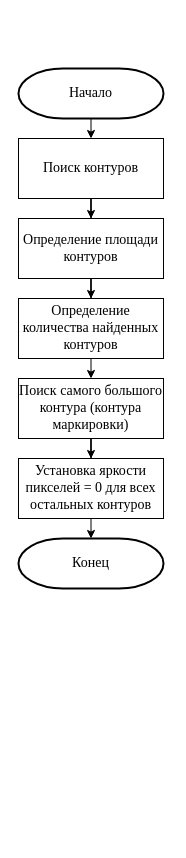
This is page "А3 Удаление шума" (3 of 7) of Flowcharts/Алгоритмы работы ИС.drawio from KanVull/Recognistion, a draw.io file, before an edit. Source tidied: cells renumbered, new cells numbered last; positions are measured from the earlier drawing's top-left corner, leaving out a move shared by most shapes. Both pictures are drawn from the tidied source at 100%, with x=0, y=0 at pixel (18, 68).
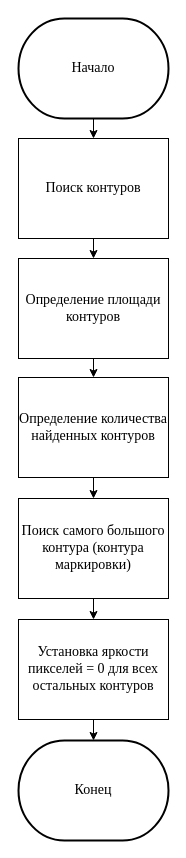
The same diagram, later.

Change to the diagram source:
```diff
@@
 <mxGraphModel>
   <root>
     <mxCell id="0" />
     <mxCell id="1" parent="0" />
     <mxCell id="2" style="edgeStyle=orthogonalEdgeStyle;rounded=0;jettySize=auto;html=1;exitX=0.5;exitY=1;exitDx=0;exitDy=0;exitPerimeter=0;entryX=0.5;entryY=0;entryDx=0;entryDy=0;" parent="1" edge="1" source="3" target="5">
       <mxGeometry relative="1" as="geometry" />
     </mxCell>
     <mxCell id="3" value="&lt;font face=&quot;Times New Roman&quot; style=&quot;font-size: 14px&quot;&gt;Начало&lt;/font&gt;" style="strokeWidth=2;html=1;shape=mxgraph.flowchart.terminator;whiteSpace=wrap;" parent="1" vertex="1">
-      <mxGeometry width="145" height="50" as="geometry" />
+      <mxGeometry y="-50" width="150" height="100" as="geometry" />
     </mxCell>
-    <mxCell id="4" style="edgeStyle=orthogonalEdgeStyle;rounded=0;jettySize=auto;html=1;" parent="1" edge="1" source="5" target="7">
+    <mxCell id="4" style="edgeStyle=none;rounded=0;jettySize=auto;html=1;exitX=0.5;exitY=1;exitDx=0;exitDy=0;entryX=0.5;entryY=0;entryDx=0;entryDy=0;" parent="1" edge="1" source="5" target="7">
       <mxGeometry relative="1" as="geometry" />
     </mxCell>
     <mxCell id="5" value="&lt;font style=&quot;font-size: 14px&quot; face=&quot;Times New Roman&quot;&gt;Поиск контуров&lt;/font&gt;" style="rounded=0;whiteSpace=wrap;html=1;" parent="1" vertex="1">
-      <mxGeometry y="70" width="145" height="60" as="geometry" />
+      <mxGeometry y="70" width="150" height="100" as="geometry" />
     </mxCell>
-    <mxCell id="6" style="edgeStyle=orthogonalEdgeStyle;rounded=0;jettySize=auto;html=1;" parent="1" edge="1" source="7" target="9">
+    <mxCell id="6" style="edgeStyle=none;rounded=0;jettySize=auto;html=1;exitX=0.5;exitY=1;exitDx=0;exitDy=0;entryX=0.5;entryY=0;entryDx=0;entryDy=0;" parent="1" edge="1" source="7" target="9">
       <mxGeometry relative="1" as="geometry" />
     </mxCell>
     <mxCell id="7" value="&lt;font face=&quot;Times New Roman&quot;&gt;&lt;span style=&quot;font-size: 14px&quot;&gt;Определение площади контуров&lt;/span&gt;&lt;/font&gt;" style="rounded=0;whiteSpace=wrap;html=1;" parent="1" vertex="1">
-      <mxGeometry y="150" width="145" height="60" as="geometry" />
+      <mxGeometry y="190" width="150" height="100" as="geometry" />
     </mxCell>
-    <mxCell id="8" style="edgeStyle=orthogonalEdgeStyle;rounded=0;jettySize=auto;html=1;" parent="1" edge="1" source="9">
-      <mxGeometry relative="1" as="geometry">
-        <mxPoint x="72.5" y="310" as="targetPoint" />
-      </mxGeometry>
-    </mxCell>
+    <mxCell id="15" style="edgeStyle=none;rounded=0;jettySize=auto;html=1;exitX=0.5;exitY=1;exitDx=0;exitDy=0;entryX=0.5;entryY=0;entryDx=0;entryDy=0;" parent="1" edge="1" source="9" target="11">
+      <mxGeometry relative="1" as="geometry" />
+    </mxCell>
     <mxCell id="9" value="&lt;font face=&quot;Times New Roman&quot;&gt;&lt;span style=&quot;font-size: 14px&quot;&gt;Определение количества найденных контуров&lt;/span&gt;&lt;/font&gt;" style="rounded=0;whiteSpace=wrap;html=1;" parent="1" vertex="1">
-      <mxGeometry y="230" width="145" height="60" as="geometry" />
+      <mxGeometry y="309" width="150" height="100" as="geometry" />
     </mxCell>
-    <mxCell id="10" style="edgeStyle=orthogonalEdgeStyle;rounded=0;jettySize=auto;html=1;" parent="1" edge="1" source="11" target="13">
+    <mxCell id="10" style="edgeStyle=none;rounded=0;jettySize=auto;html=1;exitX=0.5;exitY=1;exitDx=0;exitDy=0;" parent="1" edge="1" source="11" target="13">
       <mxGeometry relative="1" as="geometry" />
     </mxCell>
     <mxCell id="11" value="&lt;font face=&quot;Times New Roman&quot;&gt;&lt;span style=&quot;font-size: 14px&quot;&gt;Поиск самого большого контура (контура маркировки)&lt;/span&gt;&lt;/font&gt;" style="rounded=0;whiteSpace=wrap;html=1;" parent="1" vertex="1">
-      <mxGeometry y="310" width="145" height="60" as="geometry" />
+      <mxGeometry y="430" width="150" height="100" as="geometry" />
     </mxCell>
-    <mxCell id="12" style="edgeStyle=orthogonalEdgeStyle;rounded=0;jettySize=auto;html=1;exitX=0.5;exitY=1;exitDx=0;exitDy=0;entryX=0.5;entryY=0;entryDx=0;entryDy=0;entryPerimeter=0;" parent="1" edge="1" source="13" target="14">
+    <mxCell id="12" style="edgeStyle=none;rounded=0;jettySize=auto;html=1;exitX=0.5;exitY=1;exitDx=0;exitDy=0;entryX=0.5;entryY=0;entryDx=0;entryDy=0;entryPerimeter=0;" parent="1" edge="1" source="13" target="14">
       <mxGeometry relative="1" as="geometry" />
     </mxCell>
     <mxCell id="13" value="&lt;font face=&quot;Times New Roman&quot;&gt;&lt;span style=&quot;font-size: 14px&quot;&gt;Установка яркости пикселей = 0 для всех остальных контуров&lt;/span&gt;&lt;/font&gt;" style="rounded=0;whiteSpace=wrap;html=1;" parent="1" vertex="1">
-      <mxGeometry y="390" width="145" height="60" as="geometry" />
+      <mxGeometry y="551" width="150" height="100" as="geometry" />
     </mxCell>
     <mxCell id="14" value="&lt;font face=&quot;Times New Roman&quot; style=&quot;font-size: 14px&quot;&gt;Конец&lt;/font&gt;" style="strokeWidth=2;html=1;shape=mxgraph.flowchart.terminator;whiteSpace=wrap;" parent="1" vertex="1">
-      <mxGeometry y="470" width="145" height="50" as="geometry" />
+      <mxGeometry y="672" width="150" height="100" as="geometry" />
     </mxCell>
   </root>
 </mxGraphModel>
```
